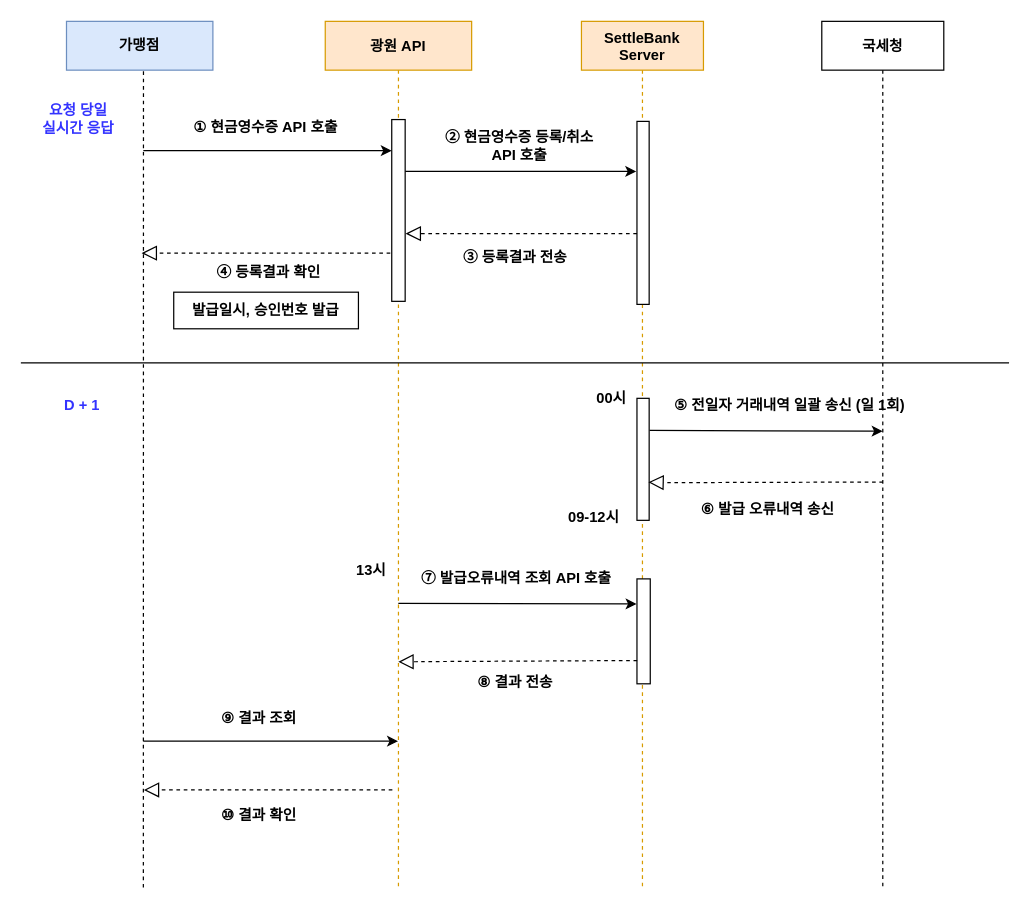
Earlier version of the draw.io diagram Draw/210316.drawio (alsoscope/TIL). Source tidied: cells renumbered, new cells numbered last; positions are measured from the earlier drawing's top-left corner, leaving out a move shared by most shapes. Both pictures are drawn from the tidied source at 122%, with x=0, y=0 at pixel (21, 21).
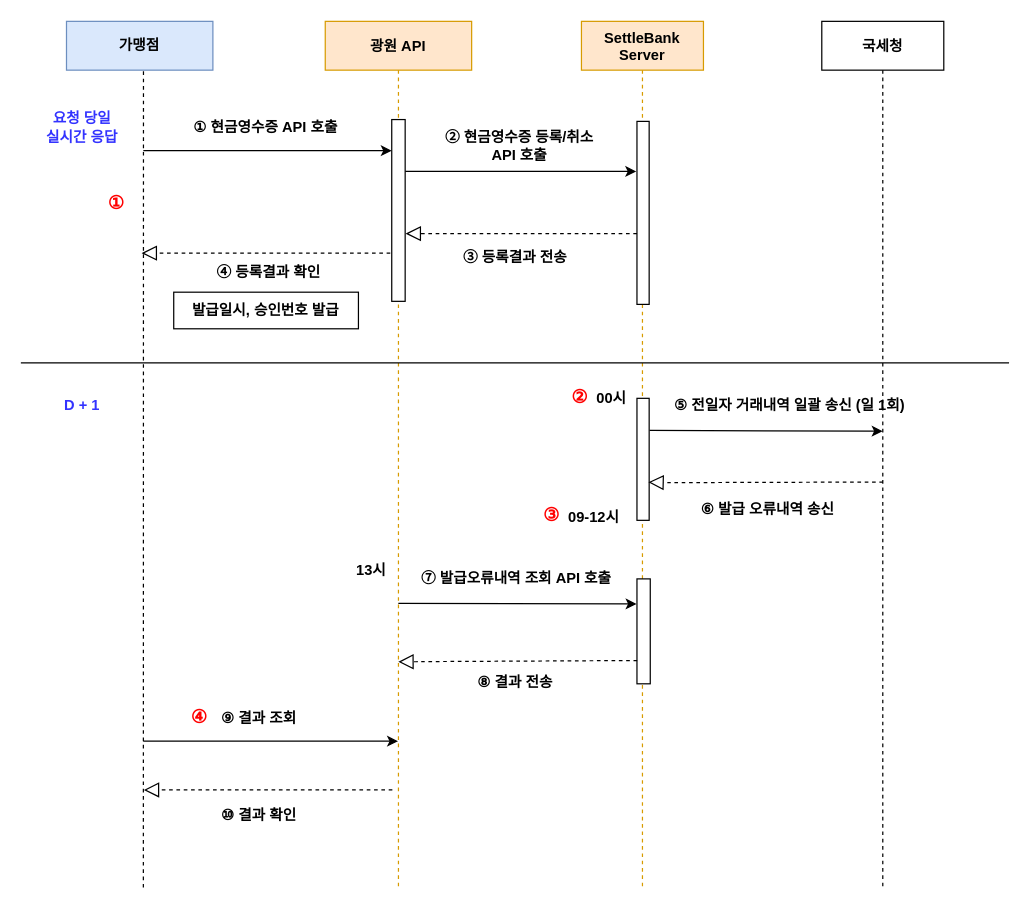
After the change.

What changed in the source:
```diff
@@
     <mxCell id="21" value="&lt;font color=&quot;#3333ff&quot;&gt;&lt;b&gt;요청 당일&lt;br&gt;실시간 응답&lt;/b&gt;&lt;/font&gt;" style="text;html=1;strokeColor=none;fillColor=none;align=center;verticalAlign=middle;whiteSpace=wrap;rounded=0;" parent="1" vertex="1">
-      <mxGeometry x="7" y="70" width="80" height="20" as="geometry" />
+      <mxGeometry x="9.6" y="77" width="80" height="20" as="geometry" />
     </mxCell>
@@
+    <mxCell id="38" value="&lt;span style=&quot;font-family: &amp;#34;맑은 고딕&amp;#34;&quot;&gt;&lt;b&gt;&lt;font style=&quot;font-size: 15px&quot; color=&quot;#ff0000&quot;&gt;①&lt;/font&gt;&lt;/b&gt;&lt;/span&gt;" style="text;html=1;strokeColor=none;fillColor=none;align=center;verticalAlign=middle;whiteSpace=wrap;rounded=0;" parent="1" vertex="1">
+      <mxGeometry x="58" y="138" width="40" height="20" as="geometry" />
+    </mxCell>
+    <mxCell id="39" value="&lt;span style=&quot;font-family: &amp;#34;맑은 고딕&amp;#34; ; font-weight: 700&quot;&gt;&lt;font style=&quot;font-size: 15px&quot; color=&quot;#ff0000&quot;&gt;②&lt;/font&gt;&lt;/span&gt;" style="text;html=1;strokeColor=none;fillColor=none;align=center;verticalAlign=middle;whiteSpace=wrap;rounded=0;" parent="1" vertex="1">
+      <mxGeometry x="438.2" y="296.5" width="40" height="20" as="geometry" />
+    </mxCell>
+    <mxCell id="40" value="&lt;span style=&quot;font-family: &amp;#34;맑은 고딕&amp;#34; ; font-weight: 700 ; text-align: center&quot;&gt;&lt;font style=&quot;font-size: 15px&quot; color=&quot;#ff0000&quot;&gt;③&lt;/font&gt;&lt;/span&gt;" style="text;whiteSpace=wrap;html=1;" parent="1" vertex="1">
+      <mxGeometry x="426.1" y="388.5" width="33" height="28" as="geometry" />
+    </mxCell>
+    <mxCell id="41" value="&lt;span style=&quot;font-family: &amp;#34;맑은 고딕&amp;#34; ; font-weight: 700&quot;&gt;&lt;font color=&quot;#ff0000&quot; style=&quot;font-size: 15px&quot;&gt;④&lt;/font&gt;&lt;/span&gt;" style="text;html=1;strokeColor=none;fillColor=none;align=center;verticalAlign=middle;whiteSpace=wrap;rounded=0;" parent="1" vertex="1">
+      <mxGeometry x="126" y="560" width="40" height="20" as="geometry" />
+    </mxCell>
```
